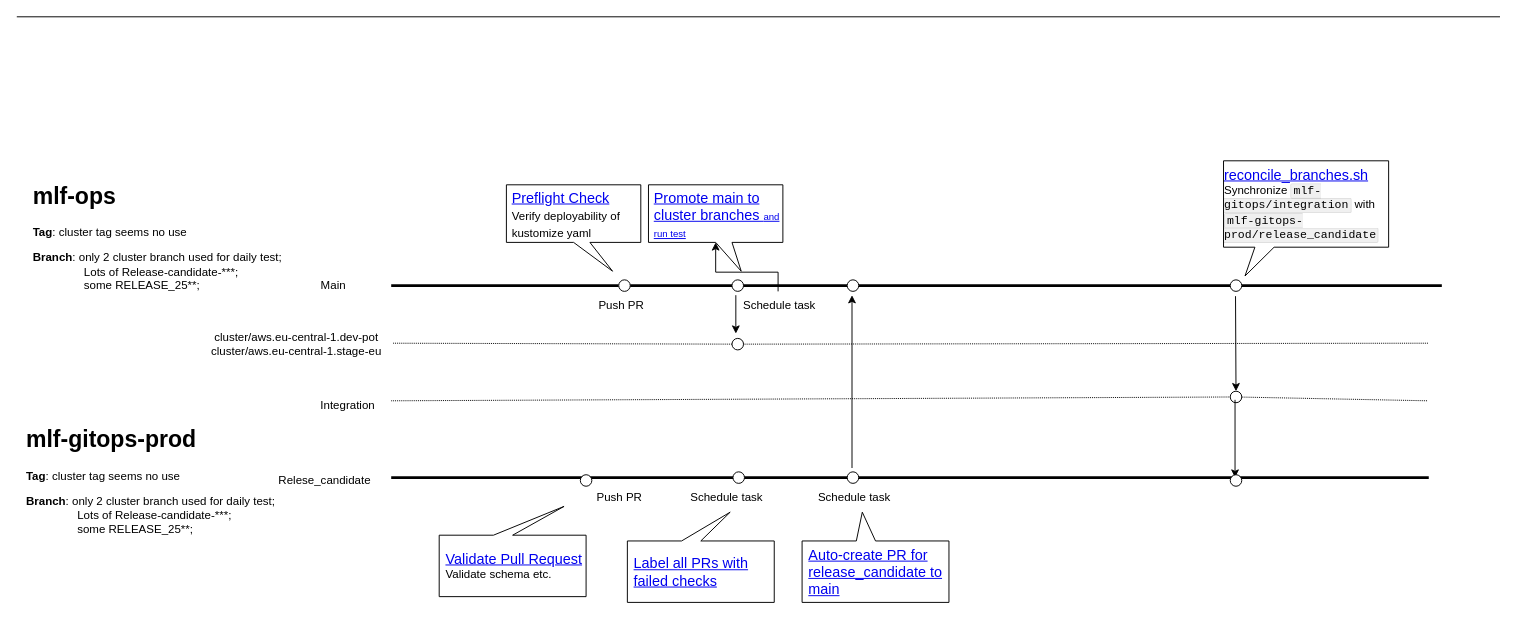
Above: Drawio/AI Core release process.drawio in polark-bit/StudyGit (draw.io), before the change. Source tidied: cells renumbered, new cells numbered last; positions are measured from the earlier drawing's top-left corner, leaving out a move shared by most shapes. Both pictures are drawn from the tidied source at 96%, with x=0, y=0 at pixel (16, 16).
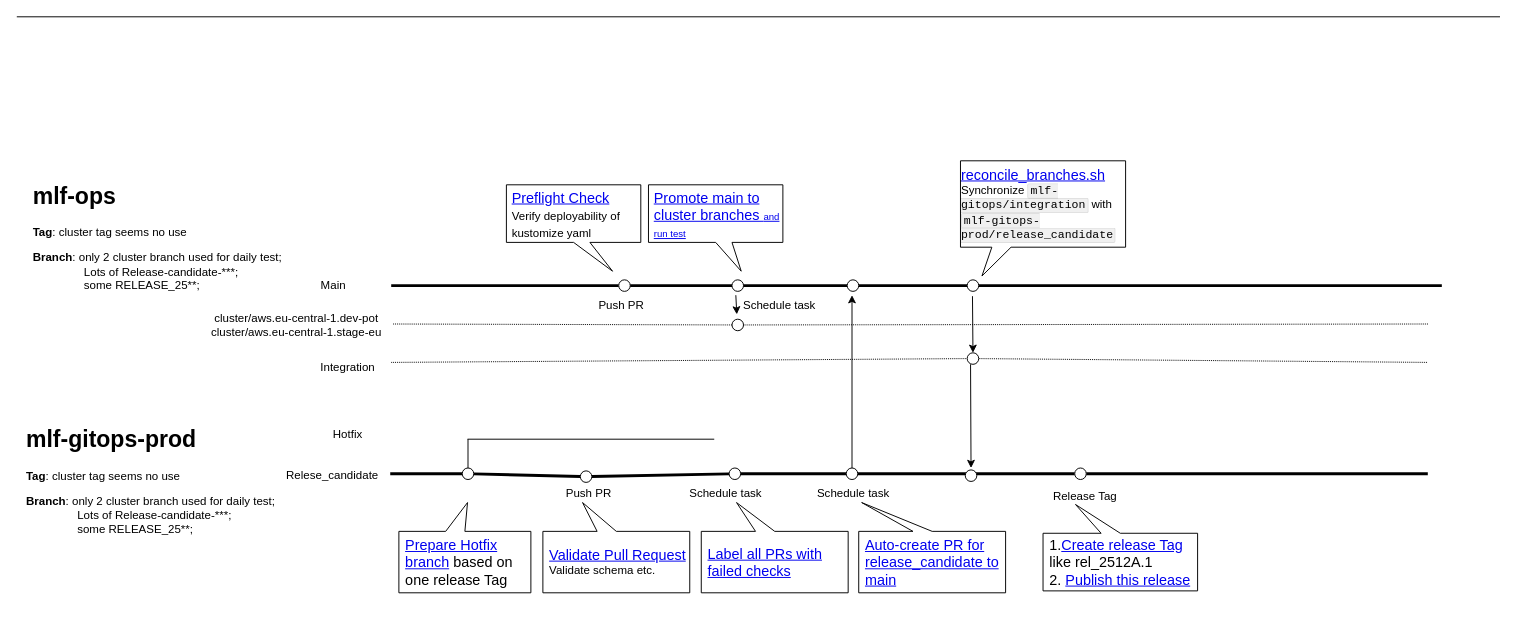
The same page after the edit.

Unchanged cells that the change refers to:
```xml
<mxCell id="15" value="&amp;nbsp;Schedule task" style="text;html=1;whiteSpace=wrap;strokeColor=none;fillColor=none;align=center;verticalAlign=middle;rounded=0;" parent="1" vertex="1">
  <mxGeometry x="743" y="286" width="100" height="30" as="geometry" />
</mxCell>
<mxCell id="17" value="&lt;div style=&quot;text-align: left;&quot;&gt;&lt;span style=&quot;background-color: transparent; text-align: center;&quot;&gt;&lt;a href=&quot;https://github.tools.sap/MLF/mlf-gitops/blob/main/.github/workflows/promote-main-to-cluster-branches.yaml&quot;&gt;Promote main to cluster branches &lt;font size=&quot;1&quot;&gt;and run test&lt;/font&gt;&lt;/a&gt;&lt;/span&gt;&lt;/div&gt;" style="shape=callout;whiteSpace=wrap;html=1;perimeter=calloutPerimeter;position2=0.69;strokeWidth=1;fontSize=15;spacingTop=1;spacingLeft=5;base=17;" parent="1" vertex="1">
  <mxGeometry x="658" y="175" width="140" height="90" as="geometry" />
</mxCell>
```

The edit, as a diff of the source:
```diff
@@
     <mxCell id="11" style="endArrow=none;html=1;rounded=0;dashed=1;dashPattern=1 1;" parent="1" edge="1" source="19">
       <mxGeometry relative="1" as="geometry">
-        <mxPoint x="1470" y="340" as="targetPoint" />
+        <mxPoint x="1470" y="320" as="targetPoint" />
       </mxGeometry>
     </mxCell>
     <mxCell id="12" value="cluster/aws.eu-central-1.dev-pot&lt;div&gt;cluster/aws.eu-central-1.stage-eu&lt;/div&gt;" style="text;html=1;whiteSpace=wrap;strokeColor=none;fillColor=none;align=center;verticalAlign=middle;rounded=0;" parent="1" vertex="1">
-      <mxGeometry x="185" y="326" width="213" height="30" as="geometry" />
+      <mxGeometry x="185" y="306" width="213" height="30" as="geometry" />
     </mxCell>
@@
-    <mxCell id="14" style="edgeStyle=orthogonalEdgeStyle;rounded=0;jettySize=auto;html=1;fontFamily=Helvetica;fontSize=12;fontColor=default;" parent="1" edge="1" source="15" target="17">
-      <mxGeometry relative="1" as="geometry" />
-    </mxCell>
@@
     <mxCell id="16" style="endArrow=classic;startArrow=none;html=1;rounded=0;startFill=0;" parent="1" edge="1">
       <mxGeometry relative="1" as="geometry">
         <mxPoint x="749" y="290" as="sourcePoint" />
-        <mxPoint x="749" y="330" as="targetPoint" />
+        <mxPoint x="750" y="310" as="targetPoint" />
       </mxGeometry>
     </mxCell>
@@
     <mxCell id="18" style="endArrow=none;html=1;rounded=0;dashed=1;dashPattern=1 1;" parent="1" edge="1" target="19">
       <mxGeometry relative="1" as="geometry">
-        <mxPoint x="392" y="340" as="sourcePoint" />
+        <mxPoint x="392" y="320" as="sourcePoint" />
       </mxGeometry>
     </mxCell>
     <mxCell id="19" style="ellipse;whiteSpace=wrap;html=1;" parent="1" vertex="1">
-      <mxGeometry x="745" y="335" width="12" height="12" as="geometry" />
+      <mxGeometry x="745" y="315" width="12" height="12" as="geometry" />
     </mxCell>
     <mxCell id="20" style="endArrow=none;html=1;rounded=0;dashed=1;dashPattern=1 1;" parent="1" edge="1" source="23">
       <mxGeometry relative="1" as="geometry">
-        <mxPoint x="1470" y="400" as="targetPoint" />
+        <mxPoint x="1470" y="360" as="targetPoint" />
       </mxGeometry>
     </mxCell>
     <mxCell id="21" value="Integration" style="text;html=1;whiteSpace=wrap;strokeColor=none;fillColor=none;align=center;verticalAlign=middle;rounded=0;" parent="1" vertex="1">
-      <mxGeometry x="315" y="390" width="60" height="30" as="geometry" />
+      <mxGeometry x="315" y="350" width="60" height="30" as="geometry" />
     </mxCell>
     <mxCell id="22" style="endArrow=none;html=1;rounded=0;dashed=1;dashPattern=1 1;" parent="1" edge="1" target="23">
       <mxGeometry relative="1" as="geometry">
-        <mxPoint x="390" y="400" as="sourcePoint" />
+        <mxPoint x="390" y="360" as="sourcePoint" />
       </mxGeometry>
     </mxCell>
     <mxCell id="23" style="ellipse;whiteSpace=wrap;html=1;" parent="1" vertex="1">
-      <mxGeometry x="1264" y="390" width="12" height="12" as="geometry" />
+      <mxGeometry x="990" y="350" width="12" height="12" as="geometry" />
     </mxCell>
-    <mxCell id="24" style="endArrow=classic;startArrow=none;html=1;rounded=0;startFill=0;" parent="1" edge="1">
+    <mxCell id="24" style="endArrow=classic;startArrow=none;html=1;rounded=0;startFill=0;entryX=0.5;entryY=0;entryDx=0;entryDy=0;" parent="1" edge="1" target="23">
       <mxGeometry relative="1" as="geometry">
-        <mxPoint x="1269.5" y="291" as="sourcePoint" />
-        <mxPoint x="1270" y="390" as="targetPoint" />
+        <mxPoint x="995.5" y="291" as="sourcePoint" />
       </mxGeometry>
     </mxCell>
@@
     <mxCell id="26" style="ellipse;whiteSpace=wrap;html=1;" parent="1" vertex="1">
-      <mxGeometry x="1264" y="274" width="12" height="12" as="geometry" />
+      <mxGeometry x="990" y="274" width="12" height="12" as="geometry" />
     </mxCell>
-    <mxCell id="27" style="endArrow=none;html=1;rounded=0;fontSize=12;strokeWidth=3;" parent="1" edge="1">
+    <mxCell id="27" style="endArrow=none;html=1;rounded=0;fontSize=12;strokeWidth=3;" parent="1" edge="1" source="46">
       <mxGeometry relative="1" as="geometry">
-        <mxPoint x="390" y="480" as="sourcePoint" />
-        <mxPoint x="1470.8" y="480" as="targetPoint" />
+        <mxPoint x="1469.8" y="476" as="targetPoint" />
       </mxGeometry>
     </mxCell>
     <mxCell id="28" value="Relese_candidate" style="text;html=1;whiteSpace=wrap;strokeColor=none;fillColor=none;align=center;verticalAlign=middle;rounded=0;" parent="1" vertex="1">
-      <mxGeometry x="267" y="468" width="108" height="30" as="geometry" />
+      <mxGeometry x="274.5" y="463" width="108" height="30" as="geometry" />
     </mxCell>
@@
     <mxCell id="30" style="endArrow=classic;startArrow=none;html=1;rounded=0;startFill=0;" parent="1" edge="1">
       <mxGeometry relative="1" as="geometry">
-        <mxPoint x="1269" y="399" as="sourcePoint" />
-        <mxPoint x="1269" y="480" as="targetPoint" />
+        <mxPoint x="993.5" y="362" as="sourcePoint" />
+        <mxPoint x="994" y="470" as="targetPoint" />
       </mxGeometry>
     </mxCell>
-    <mxCell id="31" style="ellipse;whiteSpace=wrap;html=1;" parent="1" vertex="1">
-      <mxGeometry x="1264" y="477" width="12" height="12" as="geometry" />
-    </mxCell>
     <mxCell id="32" value="&lt;div class=&quot;lake-content&quot; style=&quot;text-align: left;&quot;&gt;&lt;span class=&quot;ne-text&quot;&gt;&lt;font style=&quot;font-size: 15px;&quot;&gt;&lt;div class=&quot;lake-content&quot; style=&quot;&quot;&gt;&lt;a href=&quot;https://github.tools.sap/MLF/mlf-gitops/blob/main/docs/release_process_and_branch_setup.md#branch-reconciliation-and-synchronization&quot; target=&quot;_blank&quot; class=&quot;ne-link&quot; style=&quot;&quot;&gt;&lt;span class=&quot;ne-text&quot; style=&quot;&quot;&gt;reconcile_branches.sh&lt;/span&gt;&lt;/a&gt;&lt;/div&gt;&lt;/font&gt;&lt;/span&gt;&lt;/div&gt;&lt;div class=&quot;lake-content&quot; style=&quot;text-align: left;&quot;&gt;&lt;span class=&quot;ne-text&quot;&gt;Synchronize &lt;/span&gt;&lt;code class=&quot;ne-code&quot; style=&quot;font-family: SFMono-Regular, Consolas, &amp;quot;Liberation Mono&amp;quot;, Menlo, Courier, monospace; background-color: rgba(0, 0, 0, 0.06); border: 1px solid rgba(0, 0, 0, 0.08); border-radius: 2px; padding: 0px 2px;&quot;&gt;&lt;span class=&quot;ne-text&quot;&gt;mlf-gitops/integration&lt;/span&gt;&lt;/code&gt;&lt;span class=&quot;ne-text&quot;&gt; with &lt;/span&gt;&lt;code class=&quot;ne-code&quot; style=&quot;font-family: SFMono-Regular, Consolas, &amp;quot;Liberation Mono&amp;quot;, Menlo, Courier, monospace; background-color: rgba(0, 0, 0, 0.06); border: 1px solid rgba(0, 0, 0, 0.08); border-radius: 2px; padding: 0px 2px;&quot;&gt;&lt;span class=&quot;ne-text&quot;&gt;mlf-gitops-prod/release_candidate&lt;/span&gt;&lt;/code&gt;&lt;/div&gt;" style="shape=callout;whiteSpace=wrap;html=1;perimeter=calloutPerimeter;size=30;position=0.19;position2=0.13;" parent="1" vertex="1">
-      <mxGeometry x="1257" y="150" width="172" height="120" as="geometry" />
+      <mxGeometry x="983" y="150" width="172" height="120" as="geometry" />
     </mxCell>
-    <mxCell id="33" style="ellipse;whiteSpace=wrap;html=1;" parent="1" vertex="1">
-      <mxGeometry x="865" y="474" width="12" height="12" as="geometry" />
-    </mxCell>
@@
     <mxCell id="37" value="&amp;nbsp;Schedule task" style="text;html=1;whiteSpace=wrap;strokeColor=none;fillColor=none;align=center;verticalAlign=middle;rounded=0;" parent="1" vertex="1">
-      <mxGeometry x="821" y="486" width="100" height="30" as="geometry" />
+      <mxGeometry x="820" y="482" width="100" height="30" as="geometry" />
     </mxCell>
-    <mxCell id="38" value="&lt;font style=&quot;font-size: 15px;&quot;&gt;&lt;a href=&quot;https://github.tools.sap/MLF-prod/mlf-gitops-prod/blob/release_candidate/.github/workflows/auto-reconcile-main.yaml&quot;&gt;Auto-create PR for release_candidate to main&lt;/a&gt;&lt;/font&gt;" style="shape=callout;whiteSpace=wrap;html=1;perimeter=calloutPerimeter;strokeColor=default;align=left;verticalAlign=middle;fontFamily=Helvetica;fontSize=12;fontColor=default;fillColor=default;direction=west;position2=0.59;spacingLeft=5;" parent="1" vertex="1">
-      <mxGeometry x="818" y="516" width="153" height="94" as="geometry" />
+    <mxCell id="38" value="&lt;font style=&quot;font-size: 15px;&quot;&gt;&lt;a href=&quot;https://github.tools.sap/MLF-prod/mlf-gitops-prod/blob/release_candidate/.github/workflows/auto-reconcile-main.yaml&quot;&gt;Auto-create PR for release_candidate to main&lt;/a&gt;&lt;/font&gt;" style="shape=callout;whiteSpace=wrap;html=1;perimeter=calloutPerimeter;strokeColor=default;align=left;verticalAlign=middle;fontFamily=Helvetica;fontSize=12;fontColor=default;fillColor=default;direction=west;position2=0.98;spacingLeft=5;" parent="1" vertex="1">
+      <mxGeometry x="877" y="506" width="153" height="94" as="geometry" />
     </mxCell>
-    <mxCell id="39" style="ellipse;whiteSpace=wrap;html=1;" parent="1" vertex="1">
-      <mxGeometry x="587" y="477" width="12" height="12" as="geometry" />
-    </mxCell>
     <mxCell id="40" value="Push PR" style="text;html=1;whiteSpace=wrap;strokeColor=none;fillColor=none;align=center;verticalAlign=middle;rounded=0;" parent="1" vertex="1">
-      <mxGeometry x="598" y="486" width="60" height="30" as="geometry" />
+      <mxGeometry x="566" y="482" width="60" height="30" as="geometry" />
     </mxCell>
-    <mxCell id="41" value="&lt;span style=&quot;font-size: 15px;&quot;&gt;&lt;a href=&quot;https://github.tools.sap/MLF-prod/mlf-gitops-prod/blob/release_candidate/.github/workflows/lints.yaml&quot;&gt;Validate Pull Request&lt;/a&gt;&lt;/span&gt;&lt;div&gt;Validate schema etc.&lt;/div&gt;" style="shape=callout;whiteSpace=wrap;html=1;perimeter=calloutPerimeter;strokeColor=default;align=left;verticalAlign=middle;fontFamily=Helvetica;fontSize=12;fontColor=default;fillColor=default;direction=west;position2=0.15;spacingLeft=5;" parent="1" vertex="1">
-      <mxGeometry x="440" y="510" width="153" height="94" as="geometry" />
+    <mxCell id="41" value="&lt;span style=&quot;font-size: 15px;&quot;&gt;&lt;a href=&quot;https://github.tools.sap/MLF-prod/mlf-gitops-prod/blob/release_candidate/.github/workflows/lints.yaml&quot;&gt;Validate Pull Request&lt;/a&gt;&lt;/span&gt;&lt;div&gt;Validate schema etc.&lt;/div&gt;" style="shape=callout;whiteSpace=wrap;html=1;perimeter=calloutPerimeter;strokeColor=default;align=left;verticalAlign=middle;fontFamily=Helvetica;fontSize=12;fontColor=default;fillColor=default;direction=west;position2=0.73;spacingLeft=5;" parent="1" vertex="1">
+      <mxGeometry x="548" y="506" width="153" height="94" as="geometry" />
     </mxCell>
-    <mxCell id="42" value="&lt;span style=&quot;font-size: 15px;&quot;&gt;&lt;a href=&quot;https://github.tools.sap/MLF-prod/mlf-gitops-prod/blob/release_candidate/.github/workflows/nightly-validation-labeller.yaml&quot;&gt;Label all PRs with failed checks&lt;/a&gt;&lt;/span&gt;" style="shape=callout;whiteSpace=wrap;html=1;perimeter=calloutPerimeter;strokeColor=default;align=left;verticalAlign=middle;fontFamily=Helvetica;fontSize=12;fontColor=default;fillColor=default;direction=west;position2=0.3;spacingLeft=5;" parent="1" vertex="1">
-      <mxGeometry x="636" y="516" width="153" height="94" as="geometry" />
+    <mxCell id="42" value="&lt;span style=&quot;font-size: 15px;&quot;&gt;&lt;a href=&quot;https://github.tools.sap/MLF-prod/mlf-gitops-prod/blob/release_candidate/.github/workflows/nightly-validation-labeller.yaml&quot;&gt;Label all PRs with failed checks&lt;/a&gt;&lt;/span&gt;" style="shape=callout;whiteSpace=wrap;html=1;perimeter=calloutPerimeter;strokeColor=default;align=left;verticalAlign=middle;fontFamily=Helvetica;fontSize=12;fontColor=default;fillColor=default;direction=west;position2=0.76;spacingLeft=5;" parent="1" vertex="1">
+      <mxGeometry x="713" y="506" width="153" height="94" as="geometry" />
     </mxCell>
     <mxCell id="43" value="&amp;nbsp;Schedule task" style="text;html=1;whiteSpace=wrap;strokeColor=none;fillColor=none;align=center;verticalAlign=middle;rounded=0;" parent="1" vertex="1">
-      <mxGeometry x="688" y="486" width="100" height="30" as="geometry" />
+      <mxGeometry x="687" y="482" width="100" height="30" as="geometry" />
     </mxCell>
-    <mxCell id="44" style="ellipse;whiteSpace=wrap;html=1;" parent="1" vertex="1">
-      <mxGeometry x="746" y="474" width="12" height="12" as="geometry" />
-    </mxCell>
+    <mxCell id="45" style="endArrow=none;html=1;rounded=0;fontSize=12;strokeWidth=3;" parent="1" edge="1" source="49" target="46">
+      <mxGeometry relative="1" as="geometry" />
+    </mxCell>
+    <mxCell id="46" style="ellipse;whiteSpace=wrap;html=1;" parent="1" vertex="1">
+      <mxGeometry x="1102" y="470" width="12" height="12" as="geometry" />
+    </mxCell>
+    <mxCell id="47" style="ellipse;whiteSpace=wrap;html=1;" parent="1" vertex="1">
+      <mxGeometry x="988" y="472" width="12" height="12" as="geometry" />
+    </mxCell>
+    <mxCell id="48" style="endArrow=none;html=1;rounded=0;fontSize=12;strokeWidth=3;" parent="1" edge="1" source="51" target="49">
+      <mxGeometry relative="1" as="geometry" />
+    </mxCell>
+    <mxCell id="49" style="ellipse;whiteSpace=wrap;html=1;" parent="1" vertex="1">
+      <mxGeometry x="864" y="470" width="12" height="12" as="geometry" />
+    </mxCell>
+    <mxCell id="50" style="endArrow=none;html=1;rounded=0;fontSize=12;strokeWidth=3;" parent="1" edge="1" source="53" target="51">
+      <mxGeometry relative="1" as="geometry" />
+    </mxCell>
+    <mxCell id="51" style="ellipse;whiteSpace=wrap;html=1;" parent="1" vertex="1">
+      <mxGeometry x="742" y="470" width="12" height="12" as="geometry" />
+    </mxCell>
+    <mxCell id="52" style="endArrow=none;html=1;rounded=0;fontSize=12;strokeWidth=3;" parent="1" edge="1" source="57" target="53">
+      <mxGeometry relative="1" as="geometry" />
+    </mxCell>
+    <mxCell id="53" style="ellipse;whiteSpace=wrap;html=1;" parent="1" vertex="1">
+      <mxGeometry x="587" y="473" width="12" height="12" as="geometry" />
+    </mxCell>
+    <mxCell id="54" style="endArrow=none;html=1;rounded=0;fontFamily=Helvetica;fontSize=12;fontColor=default;" parent="1" edge="1">
+      <mxGeometry relative="1" as="geometry">
+        <mxPoint x="469.5" y="440" as="sourcePoint" />
+        <mxPoint x="726.5" y="440" as="targetPoint" />
+      </mxGeometry>
+    </mxCell>
+    <mxCell id="55" value="&lt;span style=&quot;font-size: 15px;&quot;&gt;&lt;a href=&quot;https://github.tools.sap/MLF-prod/mlf-gitops-prod/blob/release_candidate/.github/workflows/hotfix.yaml&quot;&gt;Prepare Hotfix branch&lt;/a&gt;&amp;nbsp;based on one release Tag&lt;/span&gt;" style="shape=callout;whiteSpace=wrap;html=1;perimeter=calloutPerimeter;strokeColor=default;align=left;verticalAlign=middle;fontFamily=Helvetica;fontSize=12;fontColor=default;fillColor=default;direction=west;position2=0.48;spacingLeft=5;" parent="1" vertex="1">
+      <mxGeometry x="398" y="506" width="137.5" height="94" as="geometry" />
+    </mxCell>
+    <mxCell id="56" style="endArrow=none;html=1;rounded=0;fontSize=12;strokeWidth=3;" parent="1" edge="1" target="57">
+      <mxGeometry relative="1" as="geometry">
+        <mxPoint x="389" y="476" as="sourcePoint" />
+      </mxGeometry>
+    </mxCell>
+    <mxCell id="57" style="ellipse;whiteSpace=wrap;html=1;" parent="1" vertex="1">
+      <mxGeometry x="464" y="470" width="12" height="12" as="geometry" />
+    </mxCell>
+    <mxCell id="58" style="endArrow=none;html=1;rounded=0;fontFamily=Helvetica;fontSize=12;fontColor=default;entryX=0.5;entryY=0;entryDx=0;entryDy=0;" parent="1" edge="1" target="57">
+      <mxGeometry relative="1" as="geometry">
+        <mxPoint x="470" y="440" as="sourcePoint" />
+      </mxGeometry>
+    </mxCell>
+    <mxCell id="59" value="Hotfix" style="text;html=1;whiteSpace=wrap;strokeColor=none;fillColor=none;align=center;verticalAlign=middle;rounded=0;" parent="1" vertex="1">
+      <mxGeometry x="315" y="420" width="60" height="30" as="geometry" />
+    </mxCell>
+    <mxCell id="60" value="Release Tag" style="text;html=1;whiteSpace=wrap;strokeColor=none;fillColor=none;align=center;verticalAlign=middle;rounded=0;" parent="1" vertex="1">
+      <mxGeometry x="1063" y="485" width="100" height="30" as="geometry" />
+    </mxCell>
+    <mxCell id="61" value="&lt;span style=&quot;font-size: 15px;&quot;&gt;1.&lt;a href=&quot;https://github.tools.sap/MLF-prod/mlf-gitops-prod/blob/release_candidate/.github/workflows/tag.yaml&quot;&gt;Create release Tag&lt;/a&gt; like rel_2512A.1&lt;/span&gt;&lt;div&gt;&lt;span style=&quot;font-size: 15px;&quot;&gt;2. &lt;a href=&quot;https://github.tools.sap/MLF-prod/mlf-gitops-prod/blob/release_candidate/.github/workflows/release.yaml&quot;&gt;Publish this release&lt;/a&gt;&lt;/span&gt;&lt;/div&gt;" style="shape=callout;whiteSpace=wrap;html=1;perimeter=calloutPerimeter;strokeColor=default;align=left;verticalAlign=middle;fontFamily=Helvetica;fontSize=12;fontColor=default;fillColor=default;direction=west;position2=0.79;spacingLeft=5;" parent="1" vertex="1">
+      <mxGeometry x="1069" y="508" width="161" height="90" as="geometry" />
+    </mxCell>
```
